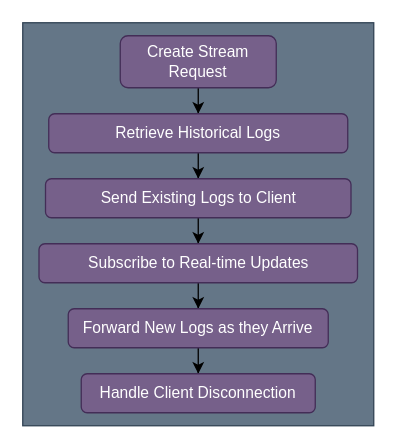
Before: page "Log Stream Flow" (4 of 5) of docs/job-worker.drawio in ehsaniara/job-worker, a draw.io diagram. Source tidied: cells renumbered, new cells numbered last; positions are measured from the earlier drawing's top-left corner, leaving out a move shared by most shapes. Both pictures are drawn from the tidied source at 130%, with x=0, y=0 at pixel (22, 22).
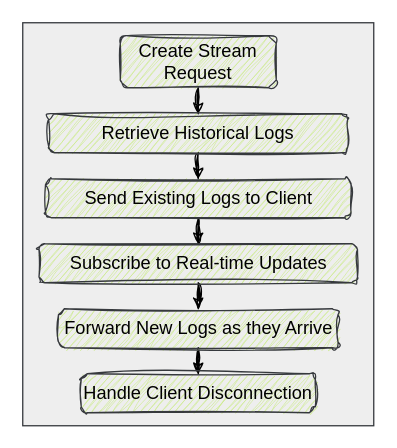
Above is the later version.

Change to the diagram source:
```diff
@@
 <mxGraphModel>
   <root>
     <mxCell id="0" />
     <mxCell id="1" parent="0" />
-    <mxCell id="2" style="rounded=0;whiteSpace=wrap;html=1;fontColor=#ffffff;fillColor=#647687;strokeColor=#314354;" parent="1" vertex="1">
+    <mxCell id="2" style="rounded=0;whiteSpace=wrap;html=1;fillColor=#eeeeee;strokeColor=#36393d;fontColor=#000000;horizontal=1;fontSize=14;" parent="1" vertex="1">
       <mxGeometry width="270" height="310" as="geometry" />
     </mxCell>
-    <mxCell id="3" style="edgeStyle=orthogonalEdgeStyle;rounded=0;jettySize=auto;html=1;fontColor=#000000;strokeColor=#000000;" parent="1" edge="1" source="4" target="6">
+    <mxCell id="3" style="edgeStyle=orthogonalEdgeStyle;rounded=0;jettySize=auto;html=1;fontColor=#000000;strokeColor=#000000;sketch=1;curveFitting=1;jiggle=2;horizontal=1;fontSize=14;" parent="1" edge="1" source="4" target="6">
       <mxGeometry relative="1" as="geometry" />
     </mxCell>
-    <mxCell id="4" value="Create Stream Request" style="rounded=1;whiteSpace=wrap;html=1;fontColor=#ffffff;fillColor=#76608a;strokeColor=#432D57;" parent="1" vertex="1">
+    <mxCell id="4" value="Create Stream Request" style="rounded=1;whiteSpace=wrap;html=1;fillColor=#cdeb8b;strokeColor=#36393d;sketch=1;curveFitting=1;jiggle=2;fontColor=#000000;horizontal=1;fontSize=14;" parent="1" vertex="1">
       <mxGeometry x="75" y="10" width="120" height="40" as="geometry" />
     </mxCell>
-    <mxCell id="5" style="edgeStyle=orthogonalEdgeStyle;rounded=0;jettySize=auto;html=1;fontColor=#000000;strokeColor=#000000;" parent="1" edge="1" source="6" target="8">
+    <mxCell id="5" style="edgeStyle=orthogonalEdgeStyle;rounded=0;jettySize=auto;html=1;fontColor=#000000;strokeColor=#000000;sketch=1;curveFitting=1;jiggle=2;horizontal=1;fontSize=14;" parent="1" edge="1" source="6" target="8">
       <mxGeometry relative="1" as="geometry" />
     </mxCell>
-    <mxCell id="6" value="Retrieve Historical Logs" style="rounded=1;whiteSpace=wrap;html=1;fontColor=#ffffff;fillColor=#76608a;strokeColor=#432D57;" parent="1" vertex="1">
+    <mxCell id="6" value="Retrieve Historical Logs" style="rounded=1;whiteSpace=wrap;html=1;fillColor=#cdeb8b;strokeColor=#36393d;sketch=1;curveFitting=1;jiggle=2;fontColor=#000000;horizontal=1;fontSize=14;" parent="1" vertex="1">
       <mxGeometry x="20" y="70" width="230" height="30" as="geometry" />
     </mxCell>
-    <mxCell id="7" style="edgeStyle=orthogonalEdgeStyle;rounded=0;jettySize=auto;html=1;fontColor=#000000;strokeColor=#000000;" parent="1" edge="1" source="8" target="10">
+    <mxCell id="7" style="edgeStyle=orthogonalEdgeStyle;rounded=0;jettySize=auto;html=1;fontColor=#000000;strokeColor=#000000;sketch=1;curveFitting=1;jiggle=2;horizontal=1;fontSize=14;" parent="1" edge="1" source="8" target="10">
       <mxGeometry relative="1" as="geometry" />
     </mxCell>
-    <mxCell id="8" value="Send Existing Logs to Client" style="rounded=1;whiteSpace=wrap;html=1;fontColor=#ffffff;fillColor=#76608a;strokeColor=#432D57;" parent="1" vertex="1">
+    <mxCell id="8" value="Send Existing Logs to Client" style="rounded=1;whiteSpace=wrap;html=1;fillColor=#cdeb8b;strokeColor=#36393d;sketch=1;curveFitting=1;jiggle=2;fontColor=#000000;horizontal=1;fontSize=14;" parent="1" vertex="1">
       <mxGeometry x="17.5" y="120" width="235" height="30" as="geometry" />
     </mxCell>
-    <mxCell id="9" style="edgeStyle=orthogonalEdgeStyle;rounded=0;jettySize=auto;html=1;fontColor=#000000;strokeColor=#000000;" parent="1" edge="1" source="10" target="12">
+    <mxCell id="9" style="edgeStyle=orthogonalEdgeStyle;rounded=0;jettySize=auto;html=1;fontColor=#000000;strokeColor=#000000;sketch=1;curveFitting=1;jiggle=2;horizontal=1;fontSize=14;" parent="1" edge="1" source="10" target="12">
       <mxGeometry relative="1" as="geometry" />
     </mxCell>
-    <mxCell id="10" value="Subscribe to Real-time Updates" style="rounded=1;whiteSpace=wrap;html=1;fontColor=#ffffff;fillColor=#76608a;strokeColor=#432D57;" parent="1" vertex="1">
+    <mxCell id="10" value="Subscribe to Real-time Updates" style="rounded=1;whiteSpace=wrap;html=1;fillColor=#cdeb8b;strokeColor=#36393d;sketch=1;curveFitting=1;jiggle=2;fontColor=#000000;horizontal=1;fontSize=14;" parent="1" vertex="1">
       <mxGeometry x="12.5" y="170" width="245" height="30" as="geometry" />
     </mxCell>
-    <mxCell id="11" style="edgeStyle=orthogonalEdgeStyle;rounded=0;jettySize=auto;html=1;fontColor=#000000;strokeColor=#000000;" parent="1" edge="1" source="12" target="13">
+    <mxCell id="11" style="edgeStyle=orthogonalEdgeStyle;rounded=0;jettySize=auto;html=1;fontColor=#000000;strokeColor=#000000;sketch=1;curveFitting=1;jiggle=2;horizontal=1;fontSize=14;" parent="1" edge="1" source="12" target="13">
       <mxGeometry relative="1" as="geometry" />
     </mxCell>
-    <mxCell id="12" value="Forward New Logs as they Arrive" style="rounded=1;whiteSpace=wrap;html=1;fontColor=#ffffff;fillColor=#76608a;strokeColor=#432D57;" parent="1" vertex="1">
-      <mxGeometry x="35" y="220" width="200" height="30" as="geometry" />
+    <mxCell id="12" value="Forward New Logs as they Arrive" style="rounded=1;whiteSpace=wrap;html=1;fillColor=#cdeb8b;strokeColor=#36393d;sketch=1;curveFitting=1;jiggle=2;fontColor=#000000;horizontal=1;fontSize=14;" parent="1" vertex="1">
+      <mxGeometry x="27.5" y="220" width="215" height="30" as="geometry" />
     </mxCell>
-    <mxCell id="13" value="Handle Client Disconnection" style="rounded=1;whiteSpace=wrap;html=1;fontColor=#ffffff;fillColor=#76608a;strokeColor=#432D57;" parent="1" vertex="1">
+    <mxCell id="13" value="Handle Client Disconnection" style="rounded=1;whiteSpace=wrap;html=1;fillColor=#cdeb8b;strokeColor=#36393d;sketch=1;curveFitting=1;jiggle=2;fontColor=#000000;horizontal=1;fontSize=14;" parent="1" vertex="1">
       <mxGeometry x="45" y="270" width="180" height="30" as="geometry" />
     </mxCell>
   </root>
 </mxGraphModel>
```
